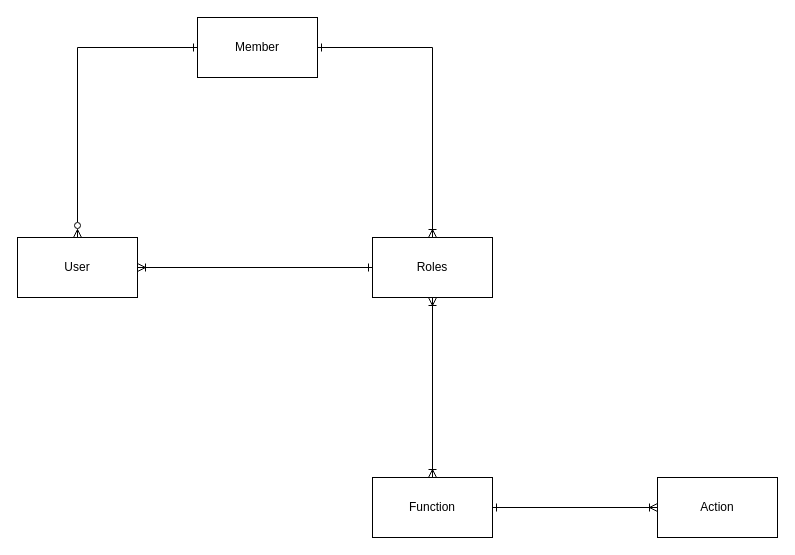
Above: page "Class Diagram" (2 of 10) of documentation/design.drawio in nazyie/central-bank-system-server (draw.io), before the change. Source tidied: cells renumbered, new cells numbered last; positions are measured from the earlier drawing's top-left corner, leaving out a move shared by most shapes. Both pictures are drawn from the tidied source at 100%, with x=0, y=0 at pixel (17, 17).
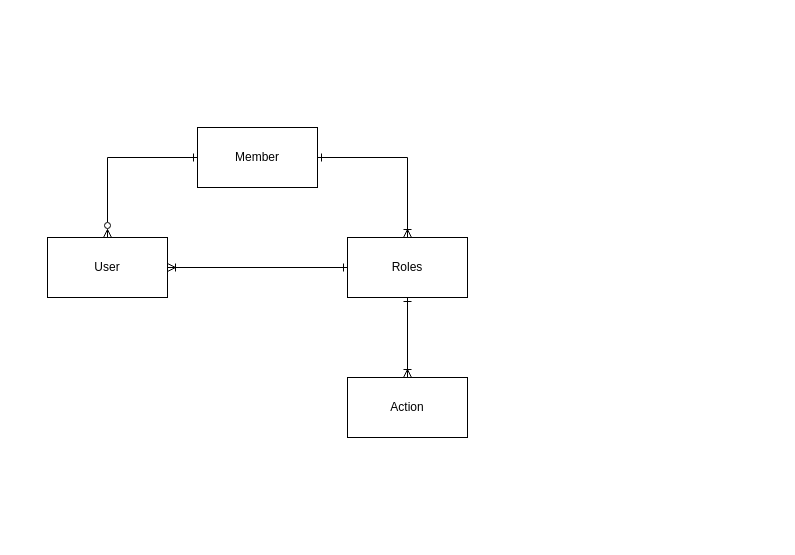
The same diagram, later.

The edit, as a diff of the source:
```diff
@@
 <mxGraphModel>
   <root>
     <mxCell id="0" />
     <mxCell id="1" parent="0" />
     <mxCell id="2" style="edgeStyle=orthogonalEdgeStyle;rounded=0;jettySize=auto;html=1;entryX=0;entryY=0.5;entryDx=0;entryDy=0;endArrow=ERone;endFill=0;startArrow=ERzeroToMany;startFill=0;exitX=0.5;exitY=0;exitDx=0;exitDy=0;" parent="1" edge="1" source="4" target="6">
       <mxGeometry relative="1" as="geometry" />
     </mxCell>
     <mxCell id="3" style="edgeStyle=orthogonalEdgeStyle;rounded=0;jettySize=auto;html=1;startArrow=ERoneToMany;startFill=0;endArrow=ERone;endFill=0;entryX=0;entryY=0.5;entryDx=0;entryDy=0;" parent="1" edge="1" source="4" target="8">
       <mxGeometry relative="1" as="geometry" />
     </mxCell>
     <mxCell id="4" value="User" style="rounded=0;whiteSpace=wrap;html=1;" parent="1" vertex="1">
-      <mxGeometry y="220" width="120" height="60" as="geometry" />
+      <mxGeometry x="30" y="220" width="120" height="60" as="geometry" />
     </mxCell>
     <mxCell id="5" style="edgeStyle=orthogonalEdgeStyle;rounded=0;jettySize=auto;html=1;entryX=0.5;entryY=0;entryDx=0;entryDy=0;startArrow=ERone;startFill=0;endArrow=ERoneToMany;endFill=0;" parent="1" edge="1" source="6" target="8">
       <mxGeometry relative="1" as="geometry" />
     </mxCell>
     <mxCell id="6" value="Member" style="rounded=0;whiteSpace=wrap;html=1;" parent="1" vertex="1">
-      <mxGeometry x="180" width="120" height="60" as="geometry" />
+      <mxGeometry x="180" y="110" width="120" height="60" as="geometry" />
     </mxCell>
-    <mxCell id="7" style="edgeStyle=orthogonalEdgeStyle;rounded=0;jettySize=auto;html=1;entryX=0.5;entryY=0;entryDx=0;entryDy=0;startArrow=ERoneToMany;startFill=0;endArrow=ERoneToMany;endFill=0;" parent="1" edge="1" source="8" target="10">
+    <mxCell id="7" style="edgeStyle=orthogonalEdgeStyle;rounded=0;jettySize=auto;html=1;entryX=0.5;entryY=0;entryDx=0;entryDy=0;startArrow=ERone;startFill=0;endArrow=ERoneToMany;endFill=0;" parent="1" edge="1" source="8" target="10">
       <mxGeometry relative="1" as="geometry" />
     </mxCell>
     <mxCell id="8" value="Roles" style="rounded=0;whiteSpace=wrap;html=1;" parent="1" vertex="1">
-      <mxGeometry x="355" y="220" width="120" height="60" as="geometry" />
+      <mxGeometry x="330" y="220" width="120" height="60" as="geometry" />
     </mxCell>
-    <mxCell id="9" style="edgeStyle=orthogonalEdgeStyle;rounded=0;jettySize=auto;html=1;startArrow=ERone;startFill=0;endArrow=ERoneToMany;endFill=0;" parent="1" edge="1" source="10" target="11">
-      <mxGeometry relative="1" as="geometry" />
-    </mxCell>
-    <mxCell id="10" value="Function" style="rounded=0;whiteSpace=wrap;html=1;" parent="1" vertex="1">
-      <mxGeometry x="355" y="460" width="120" height="60" as="geometry" />
+    <mxCell id="10" value="Action" style="rounded=0;whiteSpace=wrap;html=1;" parent="1" vertex="1">
+      <mxGeometry x="330" y="360" width="120" height="60" as="geometry" />
     </mxCell>
-    <mxCell id="11" value="Action" style="rounded=0;whiteSpace=wrap;html=1;" parent="1" vertex="1">
-      <mxGeometry x="640" y="460" width="120" height="60" as="geometry" />
-    </mxCell>
   </root>
 </mxGraphModel>
```
